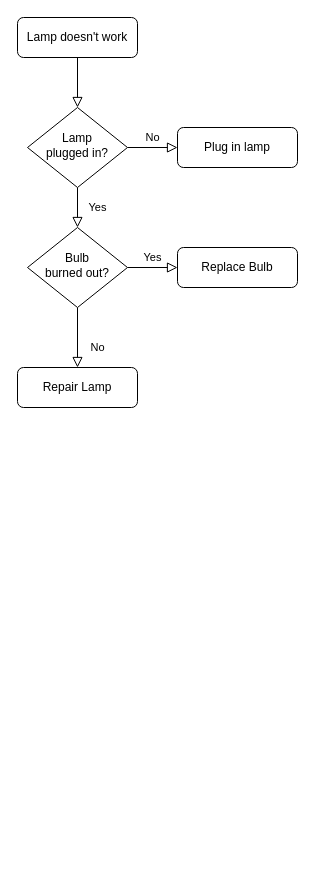
Above: 未命名绘图.drawio in zhaoxianhe/diagrams (draw.io), before the change. Source tidied: cells renumbered, new cells numbered last; positions are measured from the earlier drawing's top-left corner, leaving out a move shared by most shapes. Both pictures are drawn from the tidied source at 100%, with x=0, y=0 at pixel (17, 17).
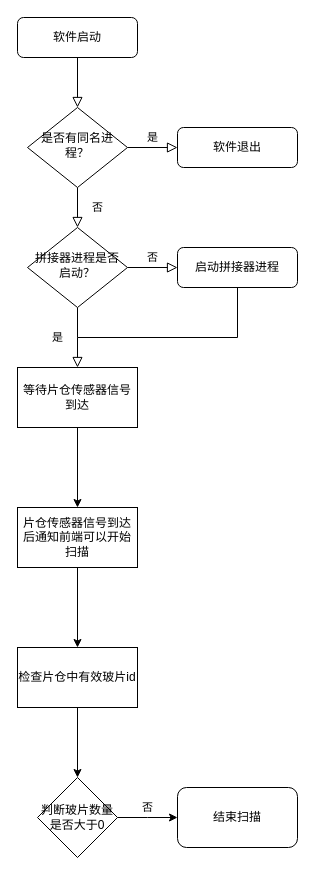
Above is the later version.

Commit message:
更新未命名绘图.drawio

What changed in the source:
```diff
@@
-    <mxCell id="3" value="Lamp doesn't work" style="rounded=1;whiteSpace=wrap;html=1;fontSize=12;glass=0;strokeWidth=1;shadow=0;" parent="1" vertex="1">
+    <mxCell id="3" value="软件启动" style="rounded=1;whiteSpace=wrap;html=1;fontSize=12;glass=0;strokeWidth=1;shadow=0;" parent="1" vertex="1">
       <mxGeometry width="120" height="40" as="geometry" />
     </mxCell>
-    <mxCell id="4" value="Yes" style="rounded=0;html=1;jettySize=auto;fontSize=11;endArrow=block;endFill=0;endSize=8;strokeWidth=1;shadow=0;labelBackgroundColor=none;edgeStyle=orthogonalEdgeStyle;" parent="1" edge="1" source="6" target="10">
+    <mxCell id="4" value="否" style="rounded=0;html=1;jettySize=auto;fontSize=11;endArrow=block;endFill=0;endSize=8;strokeWidth=1;shadow=0;labelBackgroundColor=none;edgeStyle=orthogonalEdgeStyle;" parent="1" edge="1" source="6" target="10">
       <mxGeometry y="20" relative="1" as="geometry" />
     </mxCell>
-    <mxCell id="5" value="No" style="edgeStyle=orthogonalEdgeStyle;rounded=0;html=1;jettySize=auto;fontSize=11;endArrow=block;endFill=0;endSize=8;strokeWidth=1;shadow=0;labelBackgroundColor=none;" parent="1" edge="1" source="6" target="7">
+    <mxCell id="5" value="是" style="edgeStyle=orthogonalEdgeStyle;rounded=0;html=1;jettySize=auto;fontSize=11;endArrow=block;endFill=0;endSize=8;strokeWidth=1;shadow=0;labelBackgroundColor=none;" parent="1" edge="1" source="6" target="7">
       <mxGeometry y="10" relative="1" as="geometry" />
     </mxCell>
-    <mxCell id="6" value="Lamp&lt;br&gt;plugged in?" style="rhombus;whiteSpace=wrap;html=1;shadow=0;fontFamily=Helvetica;fontSize=12;align=center;strokeWidth=1;spacing=6;spacingTop=-4;" parent="1" vertex="1">
+    <mxCell id="6" value="是否有同名进程？" style="rhombus;whiteSpace=wrap;html=1;shadow=0;fontFamily=Helvetica;fontSize=12;align=center;strokeWidth=1;spacing=6;spacingTop=-4;" parent="1" vertex="1">
       <mxGeometry x="10" y="90" width="100" height="80" as="geometry" />
     </mxCell>
-    <mxCell id="7" value="Plug in lamp" style="rounded=1;whiteSpace=wrap;html=1;fontSize=12;glass=0;strokeWidth=1;shadow=0;" parent="1" vertex="1">
+    <mxCell id="7" value="软件退出" style="rounded=1;whiteSpace=wrap;html=1;fontSize=12;glass=0;strokeWidth=1;shadow=0;" parent="1" vertex="1">
       <mxGeometry x="160" y="110" width="120" height="40" as="geometry" />
     </mxCell>
-    <mxCell id="8" value="No" style="rounded=0;html=1;jettySize=auto;fontSize=11;endArrow=block;endFill=0;endSize=8;strokeWidth=1;shadow=0;labelBackgroundColor=none;edgeStyle=orthogonalEdgeStyle;" parent="1" edge="1" source="10" target="11">
-      <mxGeometry x="0.33" y="20" relative="1" as="geometry" />
+    <mxCell id="8" value="是" style="rounded=0;html=1;jettySize=auto;fontSize=11;endArrow=block;endFill=0;endSize=8;strokeWidth=1;shadow=0;labelBackgroundColor=none;edgeStyle=orthogonalEdgeStyle;" parent="1" edge="1" source="10">
+      <mxGeometry x="-0.01" y="-20" relative="1" as="geometry">
+        <mxPoint x="60" y="350" as="targetPoint" />
+        <mxPoint x="-20" y="-20" as="offset" />
+      </mxGeometry>
     </mxCell>
-    <mxCell id="9" value="Yes" style="edgeStyle=orthogonalEdgeStyle;rounded=0;html=1;jettySize=auto;fontSize=11;endArrow=block;endFill=0;endSize=8;strokeWidth=1;shadow=0;labelBackgroundColor=none;" parent="1" edge="1" source="10" target="12">
+    <mxCell id="9" value="否" style="edgeStyle=orthogonalEdgeStyle;rounded=0;html=1;jettySize=auto;fontSize=11;endArrow=block;endFill=0;endSize=8;strokeWidth=1;shadow=0;labelBackgroundColor=none;" parent="1" edge="1" source="10" target="12">
       <mxGeometry y="10" relative="1" as="geometry" />
     </mxCell>
-    <mxCell id="10" value="Bulb&lt;br&gt;burned out?" style="rhombus;whiteSpace=wrap;html=1;shadow=0;fontFamily=Helvetica;fontSize=12;align=center;strokeWidth=1;spacing=6;spacingTop=-4;" parent="1" vertex="1">
+    <mxCell id="10" value="拼接器进程是否启动？" style="rhombus;whiteSpace=wrap;html=1;shadow=0;fontFamily=Helvetica;fontSize=12;align=center;strokeWidth=1;spacing=6;spacingTop=-4;" parent="1" vertex="1">
       <mxGeometry x="10" y="210" width="100" height="80" as="geometry" />
     </mxCell>
-    <mxCell id="11" value="Repair Lamp" style="rounded=1;whiteSpace=wrap;html=1;fontSize=12;glass=0;strokeWidth=1;shadow=0;" parent="1" vertex="1">
-      <mxGeometry y="350" width="120" height="40" as="geometry" />
-    </mxCell>
-    <mxCell id="12" value="Replace Bulb" style="rounded=1;whiteSpace=wrap;html=1;fontSize=12;glass=0;strokeWidth=1;shadow=0;" parent="1" vertex="1">
+    <mxCell id="12" value="启动拼接器进程" style="rounded=1;whiteSpace=wrap;html=1;fontSize=12;glass=0;strokeWidth=1;shadow=0;" parent="1" vertex="1">
       <mxGeometry x="160" y="230" width="120" height="40" as="geometry" />
     </mxCell>
+    <mxCell id="13" style="edgeStyle=orthogonalEdgeStyle;rounded=0;jettySize=auto;html=1;" parent="1" edge="1" source="14" target="17">
+      <mxGeometry relative="1" as="geometry" />
+    </mxCell>
+    <mxCell id="14" value="等待片仓传感器信号到达" style="rounded=0;whiteSpace=wrap;html=1;" parent="1" vertex="1">
+      <mxGeometry y="350" width="120" height="60" as="geometry" />
+    </mxCell>
+    <mxCell id="15" style="endArrow=none;html=1;rounded=0;entryX=0.5;entryY=1;entryDx=0;entryDy=0;" parent="1" edge="1" target="12">
+      <mxGeometry relative="1" as="geometry">
+        <mxPoint x="60" y="320" as="sourcePoint" />
+        <Array as="points">
+          <mxPoint x="220" y="320" />
+        </Array>
+      </mxGeometry>
+    </mxCell>
+    <mxCell id="16" style="edgeStyle=orthogonalEdgeStyle;rounded=0;jettySize=auto;html=1;" parent="1" edge="1" source="17" target="19">
+      <mxGeometry relative="1" as="geometry" />
+    </mxCell>
+    <mxCell id="17" value="片仓传感器信号到达后通知前端可以开始扫描" style="whiteSpace=wrap;html=1;rounded=0;" parent="1" vertex="1">
+      <mxGeometry y="490" width="120" height="60" as="geometry" />
+    </mxCell>
+    <mxCell id="18" style="edgeStyle=orthogonalEdgeStyle;rounded=0;jettySize=auto;html=1;" parent="1" edge="1" source="19" target="21">
+      <mxGeometry relative="1" as="geometry" />
+    </mxCell>
+    <mxCell id="19" value="检查片仓中有效玻片id" style="whiteSpace=wrap;html=1;rounded=0;" parent="1" vertex="1">
+      <mxGeometry y="630" width="120" height="60" as="geometry" />
+    </mxCell>
+    <mxCell id="20" value="否" style="edgeStyle=orthogonalEdgeStyle;rounded=0;jettySize=auto;html=1;" parent="1" edge="1" source="21">
+      <mxGeometry x="-0.01" y="-10" relative="1" as="geometry">
+        <mxPoint x="160" y="800" as="targetPoint" />
+        <mxPoint x="10" y="-10" as="offset" />
+      </mxGeometry>
+    </mxCell>
+    <mxCell id="21" value="判断玻片数量是否大于0" style="rhombus;whiteSpace=wrap;html=1;rounded=0;" parent="1" vertex="1">
+      <mxGeometry x="20" y="760" width="80" height="80" as="geometry" />
+    </mxCell>
+    <mxCell id="22" value="结束扫描" style="rounded=1;whiteSpace=wrap;html=1;" parent="1" vertex="1">
+      <mxGeometry x="160" y="770" width="120" height="60" as="geometry" />
+    </mxCell>
```
